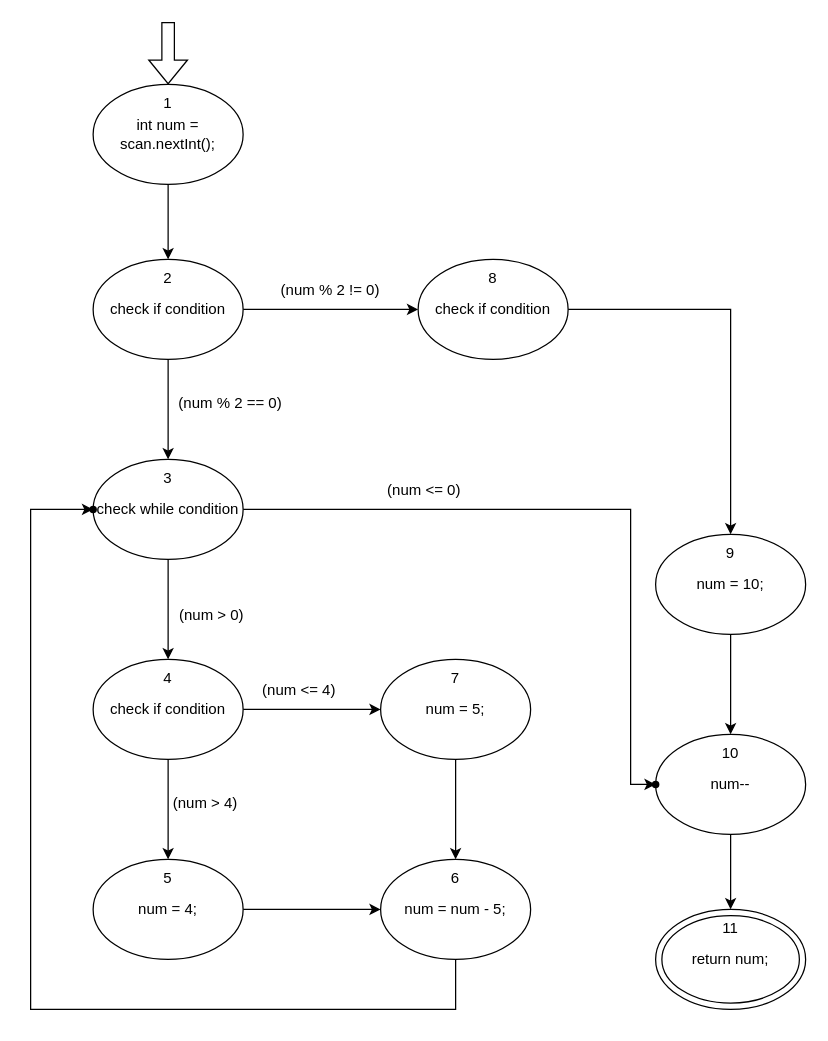
ib699/uni keeps this draw.io diagram as 1402-1403-second-term/Soft test/HW3/q4.drawio. Above is the earlier version. Source tidied: cells renumbered, new cells numbered last; positions are measured from the earlier drawing's top-left corner, leaving out a move shared by most shapes. Both pictures are drawn from the tidied source at 125%, with x=0, y=0 at pixel (30, 21).
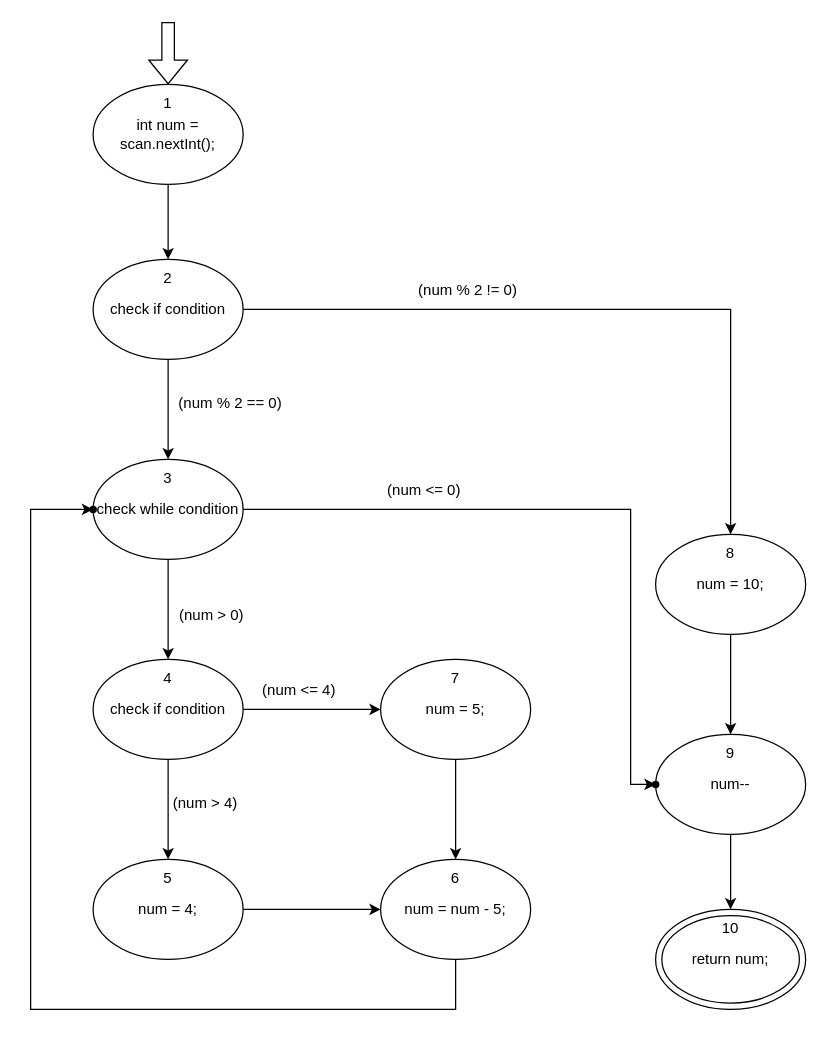
After the change.

Unchanged cells that the change refers to:
```xml
<mxCell id="7" value="check if condition" style="ellipse;whiteSpace=wrap;html=1;" parent="1" vertex="1">
  <mxGeometry x="50" y="190" width="120" height="80" as="geometry" />
</mxCell>
<mxCell id="16" value="num = 10;" style="ellipse;whiteSpace=wrap;html=1;" parent="1" vertex="1">
  <mxGeometry x="500" y="410" width="120" height="80" as="geometry" />
</mxCell>
```

Diff of the diagram source:
```diff
@@
-    <mxCell id="6" style="edgeStyle=orthogonalEdgeStyle;rounded=0;jettySize=auto;html=1;" parent="1" edge="1" source="7" target="12">
-      <mxGeometry relative="1" as="geometry" />
-    </mxCell>
@@
-    <mxCell id="11" style="edgeStyle=orthogonalEdgeStyle;rounded=0;jettySize=auto;html=1;" parent="1" edge="1" source="12" target="16">
+    <mxCell id="11" style="edgeStyle=orthogonalEdgeStyle;rounded=0;jettySize=auto;html=1;exitX=1;exitY=0.5;exitDx=0;exitDy=0;" parent="1" edge="1" source="7" target="16">
       <mxGeometry relative="1" as="geometry" />
     </mxCell>
-    <mxCell id="12" value="check if condition" style="ellipse;whiteSpace=wrap;html=1;" parent="1" vertex="1">
-      <mxGeometry x="310" y="190" width="120" height="80" as="geometry" />
-    </mxCell>
@@
     <mxCell id="14" value="(num % 2 != 0)" style="text;html=1;align=center;verticalAlign=middle;whiteSpace=wrap;rounded=0;" parent="1" vertex="1">
-      <mxGeometry x="190" y="200" width="100" height="30" as="geometry" />
+      <mxGeometry x="300" y="200" width="100" height="30" as="geometry" />
     </mxCell>
@@
     <mxCell id="43" value="8" style="text;html=1;align=center;verticalAlign=middle;whiteSpace=wrap;rounded=0;" parent="1" vertex="1">
-      <mxGeometry x="340" y="200" width="60" height="10" as="geometry" />
+      <mxGeometry x="530" y="420" width="60" height="10" as="geometry" />
     </mxCell>
     <mxCell id="44" value="9" style="text;html=1;align=center;verticalAlign=middle;whiteSpace=wrap;rounded=0;" parent="1" vertex="1">
-      <mxGeometry x="530" y="410" width="60" height="30" as="geometry" />
+      <mxGeometry x="530" y="570" width="60" height="30" as="geometry" />
     </mxCell>
     <mxCell id="45" value="10" style="text;html=1;align=center;verticalAlign=middle;whiteSpace=wrap;rounded=0;" parent="1" vertex="1">
-      <mxGeometry x="530" y="570" width="60" height="30" as="geometry" />
+      <mxGeometry x="530" y="710" width="60" height="30" as="geometry" />
     </mxCell>
-    <mxCell id="46" value="11" style="text;html=1;align=center;verticalAlign=middle;whiteSpace=wrap;rounded=0;" parent="1" vertex="1">
-      <mxGeometry x="530" y="710" width="60" height="30" as="geometry" />
-    </mxCell>
```
